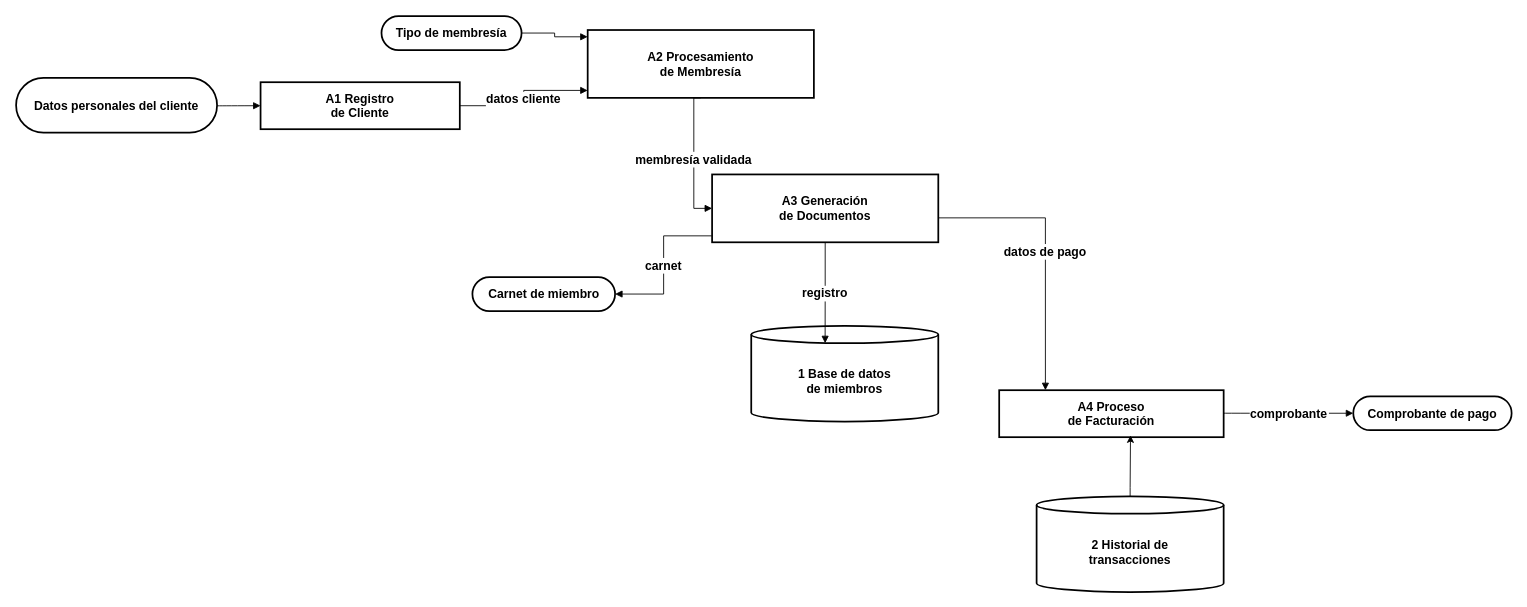
This is F_NIVEL0_P1.drawio from RogerNegrete/sistemas-distribuidos, a draw.io file, before an edit. Source tidied: cells renumbered, new cells numbered last; positions are measured from the earlier drawing's top-left corner, leaving out a move shared by most shapes. Both pictures are drawn from the tidied source at 87%, with x=0, y=0 at pixel (16, 16).
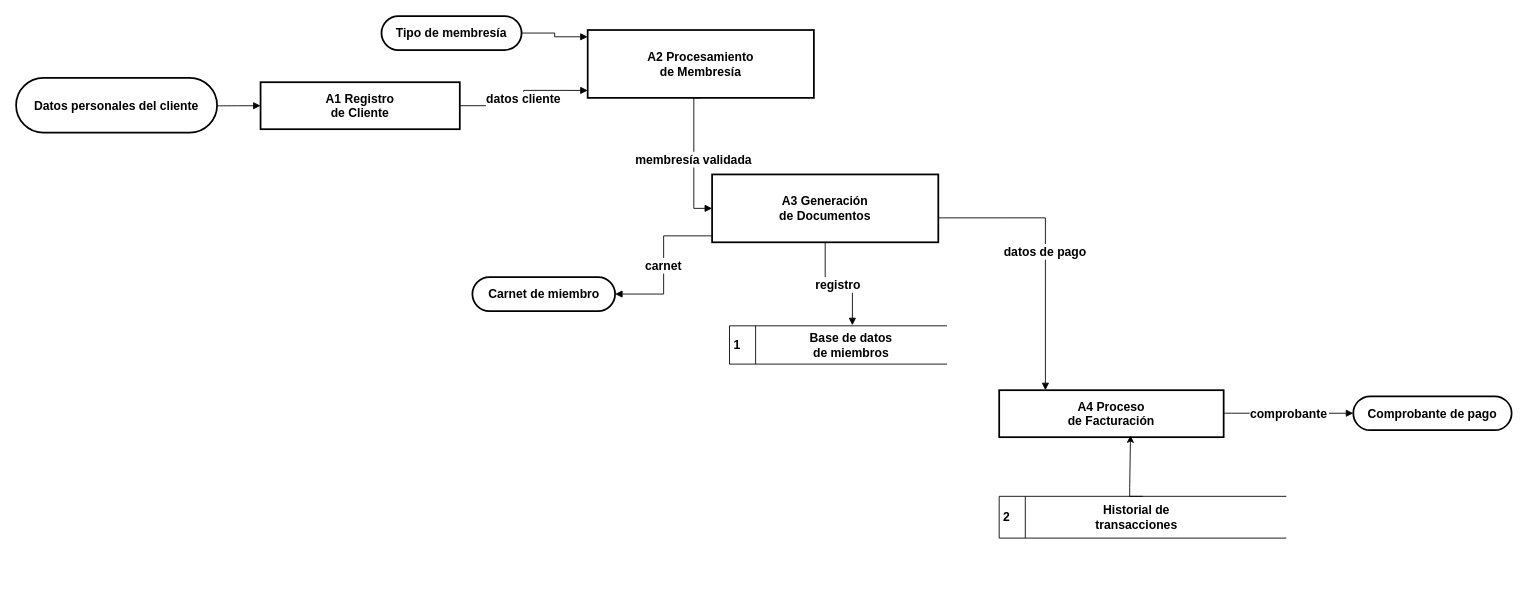
After the change.

Unchanged cells that the change refers to:
```xml
<mxCell id="6" value="A3 Generación&#10;de Documentos" style="whiteSpace=wrap;strokeWidth=2;fontSize=14;fontStyle=1;" parent="1" vertex="1">
  <mxGeometry x="800" y="182" width="260" height="78" as="geometry" />
</mxCell>
```

Change to the diagram source:
```diff
@@
-    <mxCell id="7" value="1 Base de datos&#10;de miembros" style="shape=cylinder3;boundedLbl=1;backgroundOutline=1;size=10;strokeWidth=2;whiteSpace=wrap;fontSize=14;fontStyle=1;" parent="1" vertex="1">
-      <mxGeometry x="845" y="356" width="215" height="110" as="geometry" />
+    <mxCell id="7" value="&lt;font style=&quot;font-size: 14px;&quot;&gt;&lt;b&gt;1&amp;nbsp;&lt;/b&gt;&lt;/font&gt;" style="html=1;dashed=0;whiteSpace=wrap;shape=mxgraph.dfd.dataStoreID;align=left;spacingLeft=3;points=[[0,0],[0.5,0],[1,0],[0,0.5],[1,0.5],[0,1],[0.5,1],[1,1]];" parent="1" vertex="1">
+      <mxGeometry x="820" y="356" width="250" height="44" as="geometry" />
     </mxCell>
@@
-    <mxCell id="9" value="2 Historial de&#10;transacciones" style="shape=cylinder3;boundedLbl=1;backgroundOutline=1;size=10;strokeWidth=2;whiteSpace=wrap;fontSize=14;fontStyle=1;" parent="1" vertex="1">
-      <mxGeometry x="1173" y="552" width="215" height="110" as="geometry" />
+    <mxCell id="9" value="&lt;font style=&quot;font-size: 14px;&quot;&gt;&lt;b&gt;2&amp;nbsp;&lt;/b&gt;&lt;/font&gt;" style="html=1;dashed=0;whiteSpace=wrap;shape=mxgraph.dfd.dataStoreID;align=left;spacingLeft=3;points=[[0,0],[0.5,0],[1,0],[0,0.5],[1,0.5],[0,1],[0.5,1],[1,1]];" parent="1" vertex="1">
+      <mxGeometry x="1130" y="552" width="330" height="48" as="geometry" />
     </mxCell>
@@
-    <mxCell id="16" value="registro" style="startArrow=none;endArrow=block;exitX=0.5;exitY=1;entryX=0.395;entryY=0.182;rounded=0;exitDx=0;exitDy=0;edgeStyle=orthogonalEdgeStyle;entryDx=0;entryDy=0;entryPerimeter=0;fontSize=14;fontStyle=1;" parent="1" edge="1" source="6" target="7">
+    <mxCell id="16" value="registro" style="startArrow=none;endArrow=block;exitX=0.5;exitY=1;entryX=0.565;entryY=-0.015;rounded=0;exitDx=0;exitDy=0;edgeStyle=orthogonalEdgeStyle;entryDx=0;entryDy=0;entryPerimeter=0;fontSize=14;fontStyle=1;" parent="1" edge="1" source="6" target="7">
       <mxGeometry relative="1" as="geometry" />
     </mxCell>
@@
+    <mxCell id="21" value="&lt;font style=&quot;font-size: 14px;&quot;&gt;&lt;b&gt;&lt;span style=&quot;text-align: left;&quot;&gt;Base de datos&lt;/span&gt;&lt;br style=&quot;text-align: left;&quot;&gt;&lt;span style=&quot;text-align: left;&quot;&gt;de miembros&lt;/span&gt;&lt;/b&gt;&lt;/font&gt;" style="text;html=1;align=center;verticalAlign=middle;whiteSpace=wrap;rounded=0;" parent="1" vertex="1">
+      <mxGeometry x="860" y="363" width="200" height="30" as="geometry" />
+    </mxCell>
+    <mxCell id="22" value="&lt;b&gt;&lt;font style=&quot;font-size: 14px;&quot;&gt;&lt;span style=&quot;text-align: left;&quot;&gt;Historial de&lt;/span&gt;&lt;br style=&quot;text-align: left;&quot;&gt;&lt;span style=&quot;text-align: left;&quot;&gt;transacciones&lt;/span&gt;&lt;/font&gt;&lt;/b&gt;" style="text;html=1;align=center;verticalAlign=middle;whiteSpace=wrap;rounded=0;" parent="1" vertex="1">
+      <mxGeometry x="1188" y="561" width="200" height="30" as="geometry" />
+    </mxCell>
```
